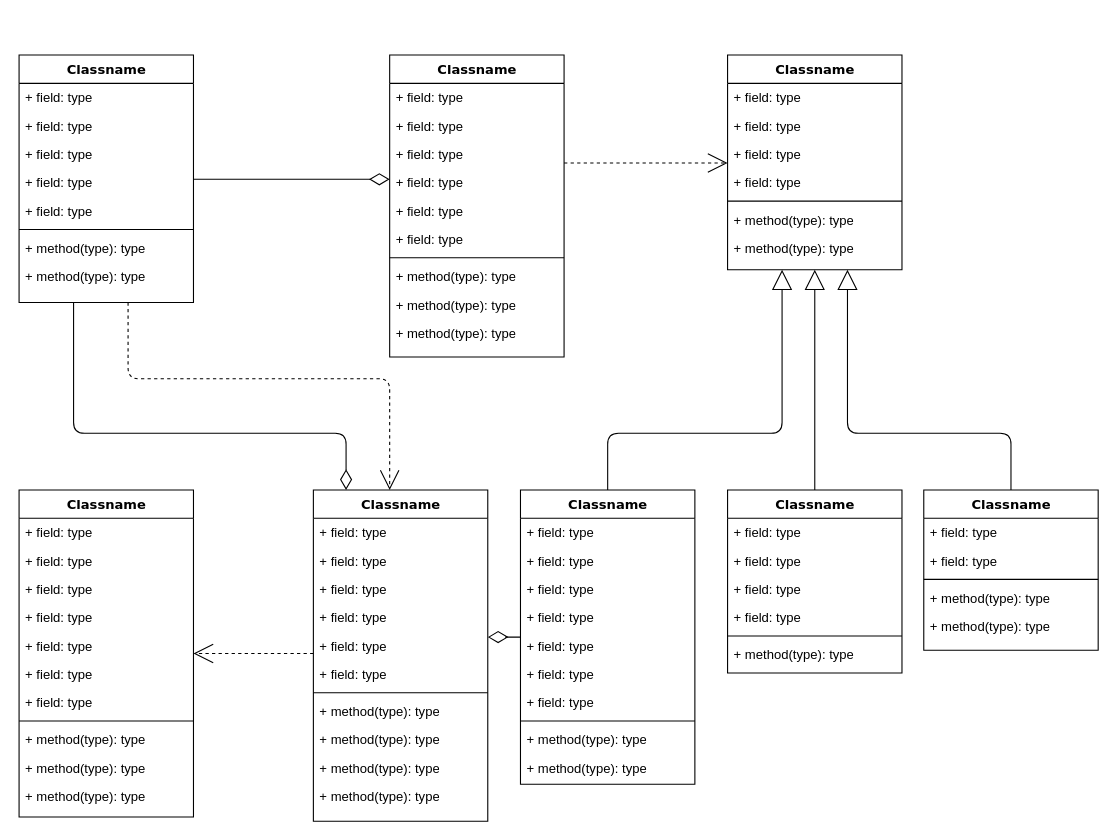
Above: Untitled Diagram.drawio in cstylianou98/fortran_compressible_NS (draw.io), before the change. Source tidied: cells renumbered, new cells numbered last; positions are measured from the earlier drawing's top-left corner, leaving out a move shared by most shapes. Both pictures are drawn from the tidied source at 109%, with x=0, y=0 at pixel (19, 55).
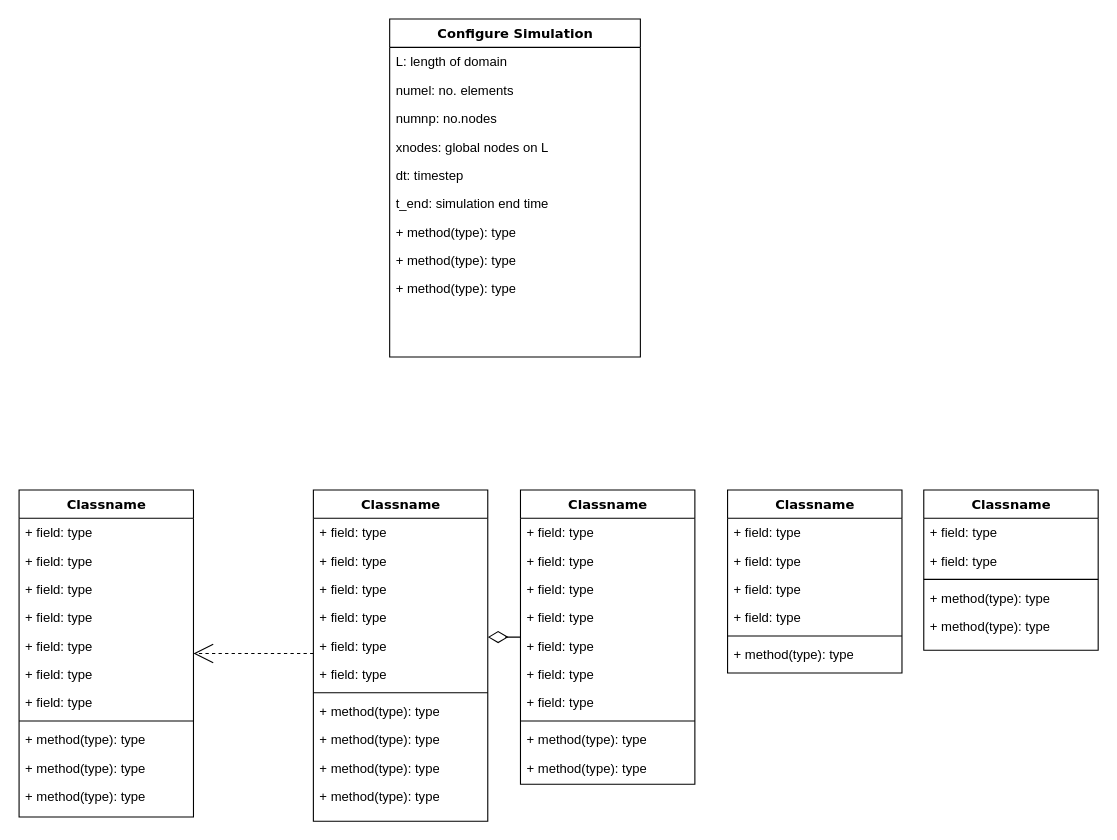
The same diagram, later.

The change refers to these unchanged cells:
```xml
<mxCell id="47" value="Classname" style="swimlane;html=1;fontStyle=1;align=center;verticalAlign=top;horizontal=1;startSize=26;swimlaneFillColor=#ffffff;rounded=0;shadow=0;comic=0;labelBackgroundColor=none;strokeWidth=1;fillColor=none;fontFamily=Verdana;fontSize=12;" parent="1" vertex="1">
  <mxGeometry x="270" y="399" width="160" height="304" as="geometry" />
</mxCell>
<mxCell id="60" value="Classname" style="swimlane;html=1;fontStyle=1;align=center;verticalAlign=top;horizontal=1;startSize=26;swimlaneFillColor=#ffffff;rounded=0;shadow=0;comic=0;labelBackgroundColor=none;strokeWidth=1;fillColor=none;fontFamily=Verdana;fontSize=12;" parent="1" vertex="1">
  <mxGeometry x="460" y="399" width="160" height="270" as="geometry" />
</mxCell>
<mxCell id="72" value="Classname" style="swimlane;html=1;fontStyle=1;align=center;verticalAlign=top;horizontal=1;startSize=26;swimlaneFillColor=#ffffff;rounded=0;shadow=0;comic=0;labelBackgroundColor=none;strokeWidth=1;fillColor=none;fontFamily=Verdana;fontSize=12;" parent="1" vertex="1">
  <mxGeometry x="650" y="399" width="160" height="168" as="geometry" />
</mxCell>
<mxCell id="80" value="Classname" style="swimlane;html=1;fontStyle=1;align=center;verticalAlign=top;horizontal=1;startSize=26;swimlaneFillColor=#ffffff;rounded=0;shadow=0;comic=0;labelBackgroundColor=none;strokeWidth=1;fillColor=none;fontFamily=Verdana;fontSize=12;" parent="1" vertex="1">
  <mxGeometry x="830" y="399" width="160" height="147" as="geometry" />
</mxCell>
```

The edit, as a diff of the source:
```diff
@@
-    <mxCell id="2" style="edgeStyle=orthogonalEdgeStyle;html=1;labelBackgroundColor=none;startFill=0;startSize=8;endArrow=open;endFill=0;endSize=16;fontFamily=Verdana;fontSize=12;dashed=1;" parent="1" edge="1" source="4" target="47">
-      <mxGeometry relative="1" as="geometry">
-        <Array as="points">
-          <mxPoint x="100" y="297" />
-          <mxPoint x="340" y="297" />
-        </Array>
-      </mxGeometry>
-    </mxCell>
-    <mxCell id="3" style="edgeStyle=orthogonalEdgeStyle;html=1;labelBackgroundColor=none;startFill=0;startSize=8;endArrow=diamondThin;endFill=0;endSize=16;fontFamily=Verdana;fontSize=12;" parent="1" edge="1" source="4" target="47">
-      <mxGeometry relative="1" as="geometry">
-        <Array as="points">
-          <mxPoint x="50" y="347" />
-          <mxPoint x="300" y="347" />
-        </Array>
-      </mxGeometry>
-    </mxCell>
-    <mxCell id="4" value="Classname" style="swimlane;html=1;fontStyle=1;align=center;verticalAlign=top;horizontal=1;startSize=26;swimlaneFillColor=#ffffff;rounded=0;shadow=0;comic=0;labelBackgroundColor=none;strokeWidth=1;fillColor=none;fontFamily=Verdana;fontSize=12;" parent="1" vertex="1">
-      <mxGeometry width="160" height="227" as="geometry" />
-    </mxCell>
-    <mxCell id="5" value="+ field: type" style="text;html=1;strokeColor=none;fillColor=none;align=left;verticalAlign=top;spacingLeft=4;spacingRight=4;whiteSpace=wrap;overflow=hidden;" parent="4" vertex="1">
-      <mxGeometry y="26" width="160" height="26" as="geometry" />
-    </mxCell>
-    <mxCell id="6" value="+ field: type" style="text;html=1;strokeColor=none;fillColor=none;align=left;verticalAlign=top;spacingLeft=4;spacingRight=4;whiteSpace=wrap;overflow=hidden;" parent="4" vertex="1">
-      <mxGeometry y="52" width="160" height="26" as="geometry" />
-    </mxCell>
-    <mxCell id="7" value="+ field: type" style="text;html=1;strokeColor=none;fillColor=none;align=left;verticalAlign=top;spacingLeft=4;spacingRight=4;whiteSpace=wrap;overflow=hidden;" parent="4" vertex="1">
-      <mxGeometry y="78" width="160" height="26" as="geometry" />
-    </mxCell>
-    <mxCell id="8" value="+ field: type" style="text;html=1;strokeColor=none;fillColor=none;align=left;verticalAlign=top;spacingLeft=4;spacingRight=4;whiteSpace=wrap;overflow=hidden;" parent="4" vertex="1">
-      <mxGeometry y="104" width="160" height="26" as="geometry" />
-    </mxCell>
-    <mxCell id="9" value="+ field: type" style="text;html=1;strokeColor=none;fillColor=none;align=left;verticalAlign=top;spacingLeft=4;spacingRight=4;whiteSpace=wrap;overflow=hidden;" parent="4" vertex="1">
-      <mxGeometry y="130" width="160" height="26" as="geometry" />
-    </mxCell>
-    <mxCell id="10" style="line;html=1;strokeWidth=1;fillColor=none;align=left;verticalAlign=middle;spacingTop=-1;spacingLeft=3;spacingRight=3;labelPosition=right;" parent="4" vertex="1">
-      <mxGeometry y="156" width="160" height="8" as="geometry" />
-    </mxCell>
-    <mxCell id="11" value="+ method(type): type" style="text;html=1;strokeColor=none;fillColor=none;align=left;verticalAlign=top;spacingLeft=4;spacingRight=4;whiteSpace=wrap;overflow=hidden;" parent="4" vertex="1">
-      <mxGeometry y="164" width="160" height="26" as="geometry" />
-    </mxCell>
-    <mxCell id="12" value="+ method(type): type" style="text;html=1;strokeColor=none;fillColor=none;align=left;verticalAlign=top;spacingLeft=4;spacingRight=4;whiteSpace=wrap;overflow=hidden;" parent="4" vertex="1">
-      <mxGeometry y="190" width="160" height="26" as="geometry" />
-    </mxCell>
-    <mxCell id="13" style="edgeStyle=elbowEdgeStyle;html=1;labelBackgroundColor=none;startFill=0;startSize=8;endArrow=open;endFill=0;endSize=16;fontFamily=Verdana;fontSize=12;elbow=vertical;dashed=1;" parent="1" edge="1" source="14" target="25">
-      <mxGeometry relative="1" as="geometry" />
-    </mxCell>
-    <mxCell id="14" value="Classname" style="swimlane;html=1;fontStyle=1;align=center;verticalAlign=top;horizontal=1;startSize=26;swimlaneFillColor=#ffffff;rounded=0;shadow=0;comic=0;labelBackgroundColor=none;strokeWidth=1;fillColor=none;fontFamily=Verdana;fontSize=12;" parent="1" vertex="1">
-      <mxGeometry x="340" width="160" height="277" as="geometry" />
+    <mxCell id="14" value="Configure Simulation" style="swimlane;html=1;fontStyle=1;align=center;verticalAlign=top;horizontal=1;startSize=26;swimlaneFillColor=#ffffff;rounded=0;shadow=0;comic=0;labelBackgroundColor=none;strokeWidth=1;fillColor=none;fontFamily=Verdana;fontSize=12;" parent="1" vertex="1">
+      <mxGeometry x="340" y="-33" width="230" height="310" as="geometry" />
     </mxCell>
-    <mxCell id="15" value="+ field: type" style="text;html=1;strokeColor=none;fillColor=none;align=left;verticalAlign=top;spacingLeft=4;spacingRight=4;whiteSpace=wrap;overflow=hidden;" parent="14" vertex="1">
-      <mxGeometry y="26" width="160" height="26" as="geometry" />
+    <mxCell id="15" value="L: length of domain" style="text;html=1;strokeColor=none;fillColor=none;align=left;verticalAlign=top;spacingLeft=4;spacingRight=4;whiteSpace=wrap;overflow=hidden;" parent="14" vertex="1">
+      <mxGeometry y="26" width="230" height="26" as="geometry" />
     </mxCell>
-    <mxCell id="16" value="+ field: type" style="text;html=1;strokeColor=none;fillColor=none;align=left;verticalAlign=top;spacingLeft=4;spacingRight=4;whiteSpace=wrap;overflow=hidden;" parent="14" vertex="1">
-      <mxGeometry y="52" width="160" height="26" as="geometry" />
+    <mxCell id="16" value="numel: no. elements" style="text;html=1;strokeColor=none;fillColor=none;align=left;verticalAlign=top;spacingLeft=4;spacingRight=4;whiteSpace=wrap;overflow=hidden;" parent="14" vertex="1">
+      <mxGeometry y="52" width="230" height="26" as="geometry" />
     </mxCell>
-    <mxCell id="17" value="+ field: type" style="text;html=1;strokeColor=none;fillColor=none;align=left;verticalAlign=top;spacingLeft=4;spacingRight=4;whiteSpace=wrap;overflow=hidden;" parent="14" vertex="1">
-      <mxGeometry y="78" width="160" height="26" as="geometry" />
+    <mxCell id="17" value="numnp: no.nodes" style="text;html=1;strokeColor=none;fillColor=none;align=left;verticalAlign=top;spacingLeft=4;spacingRight=4;whiteSpace=wrap;overflow=hidden;" parent="14" vertex="1">
+      <mxGeometry y="78" width="230" height="26" as="geometry" />
     </mxCell>
-    <mxCell id="18" value="+ field: type" style="text;html=1;strokeColor=none;fillColor=none;align=left;verticalAlign=top;spacingLeft=4;spacingRight=4;whiteSpace=wrap;overflow=hidden;" parent="14" vertex="1">
-      <mxGeometry y="104" width="160" height="26" as="geometry" />
+    <mxCell id="18" value="xnodes: global nodes on L" style="text;html=1;strokeColor=none;fillColor=none;align=left;verticalAlign=top;spacingLeft=4;spacingRight=4;whiteSpace=wrap;overflow=hidden;" parent="14" vertex="1">
+      <mxGeometry y="104" width="230" height="26" as="geometry" />
     </mxCell>
-    <mxCell id="19" value="+ field: type" style="text;html=1;strokeColor=none;fillColor=none;align=left;verticalAlign=top;spacingLeft=4;spacingRight=4;whiteSpace=wrap;overflow=hidden;" parent="14" vertex="1">
-      <mxGeometry y="130" width="160" height="26" as="geometry" />
+    <mxCell id="19" value="dt: timestep" style="text;html=1;strokeColor=none;fillColor=none;align=left;verticalAlign=top;spacingLeft=4;spacingRight=4;whiteSpace=wrap;overflow=hidden;" parent="14" vertex="1">
+      <mxGeometry y="130" width="230" height="26" as="geometry" />
     </mxCell>
-    <mxCell id="20" value="+ field: type" style="text;html=1;strokeColor=none;fillColor=none;align=left;verticalAlign=top;spacingLeft=4;spacingRight=4;whiteSpace=wrap;overflow=hidden;" parent="14" vertex="1">
-      <mxGeometry y="156" width="160" height="26" as="geometry" />
+    <mxCell id="20" value="t_end: simulation end time" style="text;html=1;strokeColor=none;fillColor=none;align=left;verticalAlign=top;spacingLeft=4;spacingRight=4;whiteSpace=wrap;overflow=hidden;" parent="14" vertex="1">
+      <mxGeometry y="156" width="230" height="26" as="geometry" />
     </mxCell>
-    <mxCell id="21" style="line;html=1;strokeWidth=1;fillColor=none;align=left;verticalAlign=middle;spacingTop=-1;spacingLeft=3;spacingRight=3;labelPosition=right;" parent="14" vertex="1">
-      <mxGeometry y="182" width="160" height="8" as="geometry" />
-    </mxCell>
     <mxCell id="22" value="+ method(type): type" style="text;html=1;strokeColor=none;fillColor=none;align=left;verticalAlign=top;spacingLeft=4;spacingRight=4;whiteSpace=wrap;overflow=hidden;" parent="14" vertex="1">
-      <mxGeometry y="190" width="160" height="26" as="geometry" />
+      <mxGeometry y="182" width="230" height="26" as="geometry" />
     </mxCell>
     <mxCell id="23" value="+ method(type): type" style="text;html=1;strokeColor=none;fillColor=none;align=left;verticalAlign=top;spacingLeft=4;spacingRight=4;whiteSpace=wrap;overflow=hidden;" parent="14" vertex="1">
-      <mxGeometry y="216" width="160" height="26" as="geometry" />
+      <mxGeometry y="208" width="230" height="26" as="geometry" />
     </mxCell>
     <mxCell id="24" value="+ method(type): type" style="text;html=1;strokeColor=none;fillColor=none;align=left;verticalAlign=top;spacingLeft=4;spacingRight=4;whiteSpace=wrap;overflow=hidden;" parent="14" vertex="1">
-      <mxGeometry y="242" width="160" height="26" as="geometry" />
+      <mxGeometry y="234" width="230" height="26" as="geometry" />
     </mxCell>
-    <mxCell id="25" value="Classname" style="swimlane;html=1;fontStyle=1;align=center;verticalAlign=top;horizontal=1;startSize=26;swimlaneFillColor=#ffffff;rounded=0;shadow=0;comic=0;labelBackgroundColor=none;strokeWidth=1;fillColor=none;fontFamily=Verdana;fontSize=12;" parent="1" vertex="1">
-      <mxGeometry x="650" width="160" height="197" as="geometry" />
-    </mxCell>
-    <mxCell id="26" value="+ field: type" style="text;html=1;strokeColor=none;fillColor=none;align=left;verticalAlign=top;spacingLeft=4;spacingRight=4;whiteSpace=wrap;overflow=hidden;" parent="25" vertex="1">
-      <mxGeometry y="26" width="160" height="26" as="geometry" />
-    </mxCell>
-    <mxCell id="27" value="+ field: type" style="text;html=1;strokeColor=none;fillColor=none;align=left;verticalAlign=top;spacingLeft=4;spacingRight=4;whiteSpace=wrap;overflow=hidden;" parent="25" vertex="1">
-      <mxGeometry y="52" width="160" height="26" as="geometry" />
-    </mxCell>
-    <mxCell id="28" value="+ field: type" style="text;html=1;strokeColor=none;fillColor=none;align=left;verticalAlign=top;spacingLeft=4;spacingRight=4;whiteSpace=wrap;overflow=hidden;" parent="25" vertex="1">
-      <mxGeometry y="78" width="160" height="26" as="geometry" />
-    </mxCell>
-    <mxCell id="29" value="+ field: type" style="text;html=1;strokeColor=none;fillColor=none;align=left;verticalAlign=top;spacingLeft=4;spacingRight=4;whiteSpace=wrap;overflow=hidden;" parent="25" vertex="1">
-      <mxGeometry y="104" width="160" height="26" as="geometry" />
-    </mxCell>
-    <mxCell id="30" style="line;html=1;strokeWidth=1;fillColor=none;align=left;verticalAlign=middle;spacingTop=-1;spacingLeft=3;spacingRight=3;labelPosition=right;" parent="25" vertex="1">
-      <mxGeometry y="130" width="160" height="8" as="geometry" />
-    </mxCell>
-    <mxCell id="31" value="+ method(type): type" style="text;html=1;strokeColor=none;fillColor=none;align=left;verticalAlign=top;spacingLeft=4;spacingRight=4;whiteSpace=wrap;overflow=hidden;" parent="25" vertex="1">
-      <mxGeometry y="138" width="160" height="26" as="geometry" />
-    </mxCell>
-    <mxCell id="32" value="+ method(type): type" style="text;html=1;strokeColor=none;fillColor=none;align=left;verticalAlign=top;spacingLeft=4;spacingRight=4;whiteSpace=wrap;overflow=hidden;" parent="25" vertex="1">
-      <mxGeometry y="164" width="160" height="26" as="geometry" />
-    </mxCell>
@@
-    <mxCell id="59" style="edgeStyle=orthogonalEdgeStyle;html=1;labelBackgroundColor=none;startFill=0;startSize=8;endArrow=block;endFill=0;endSize=16;fontFamily=Verdana;fontSize=12;" parent="1" edge="1" source="60" target="25">
-      <mxGeometry relative="1" as="geometry">
-        <Array as="points">
-          <mxPoint x="540" y="347" />
-          <mxPoint x="700" y="347" />
-        </Array>
-      </mxGeometry>
-    </mxCell>
@@
-    <mxCell id="71" style="edgeStyle=orthogonalEdgeStyle;html=1;labelBackgroundColor=none;startFill=0;startSize=8;endArrow=block;endFill=0;endSize=16;fontFamily=Verdana;fontSize=12;" parent="1" edge="1" source="72" target="25">
-      <mxGeometry relative="1" as="geometry" />
-    </mxCell>
@@
-    <mxCell id="79" style="edgeStyle=orthogonalEdgeStyle;html=1;labelBackgroundColor=none;startFill=0;startSize=8;endArrow=block;endFill=0;endSize=16;fontFamily=Verdana;fontSize=12;" parent="1" edge="1" source="80" target="25">
-      <mxGeometry relative="1" as="geometry">
-        <Array as="points">
-          <mxPoint x="910" y="347" />
-          <mxPoint x="760" y="347" />
-        </Array>
-      </mxGeometry>
-    </mxCell>
@@
-    <mxCell id="86" style="edgeStyle=elbowEdgeStyle;html=1;labelBackgroundColor=none;startFill=0;startSize=8;endArrow=diamondThin;endFill=0;endSize=16;fontFamily=Verdana;fontSize=12;elbow=vertical;" parent="1" edge="1" source="4" target="14">
-      <mxGeometry relative="1" as="geometry" />
-    </mxCell>
```
